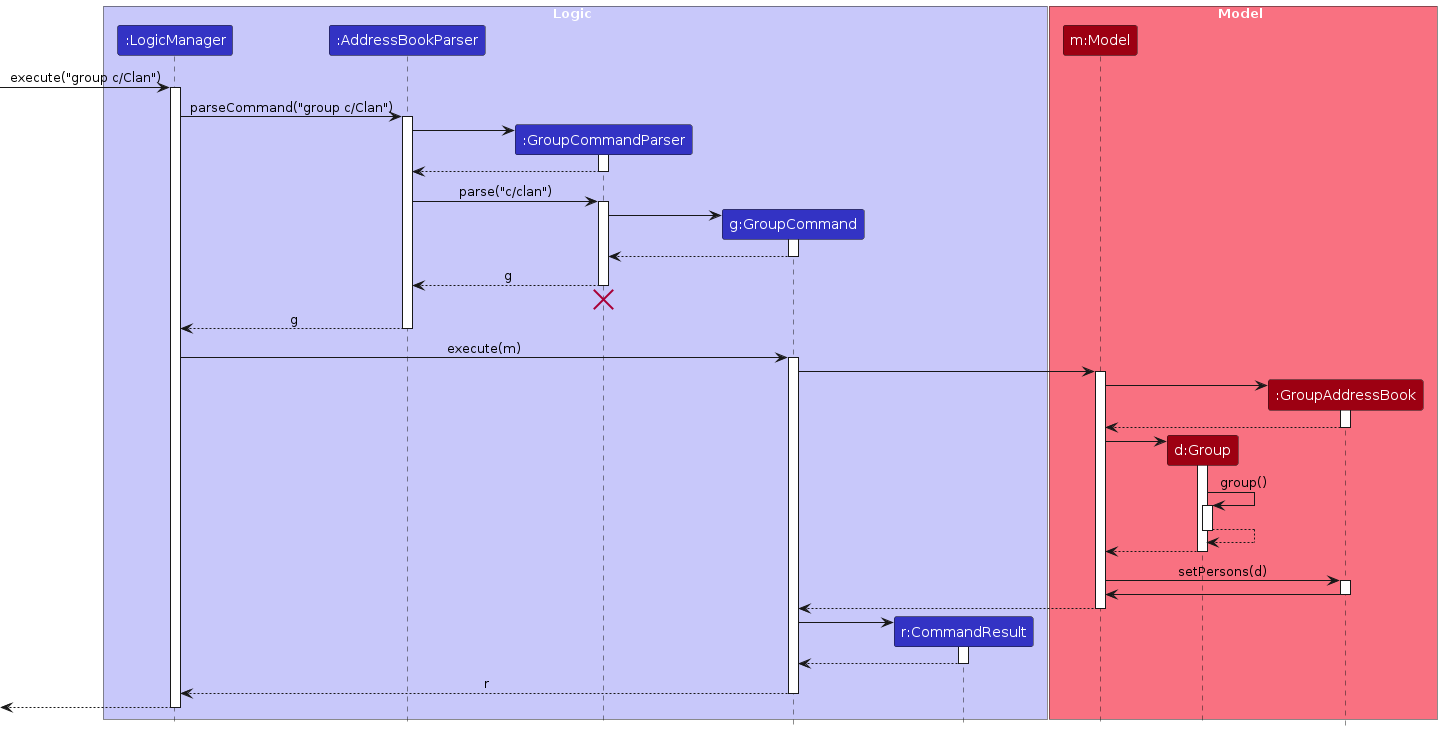
Before: diagrams/GroupSequenceDiagram.png, a diagram exported from PlantUML (HongRay/tp). Its source is kept beside it as diagrams/GroupSequenceDiagram.puml.
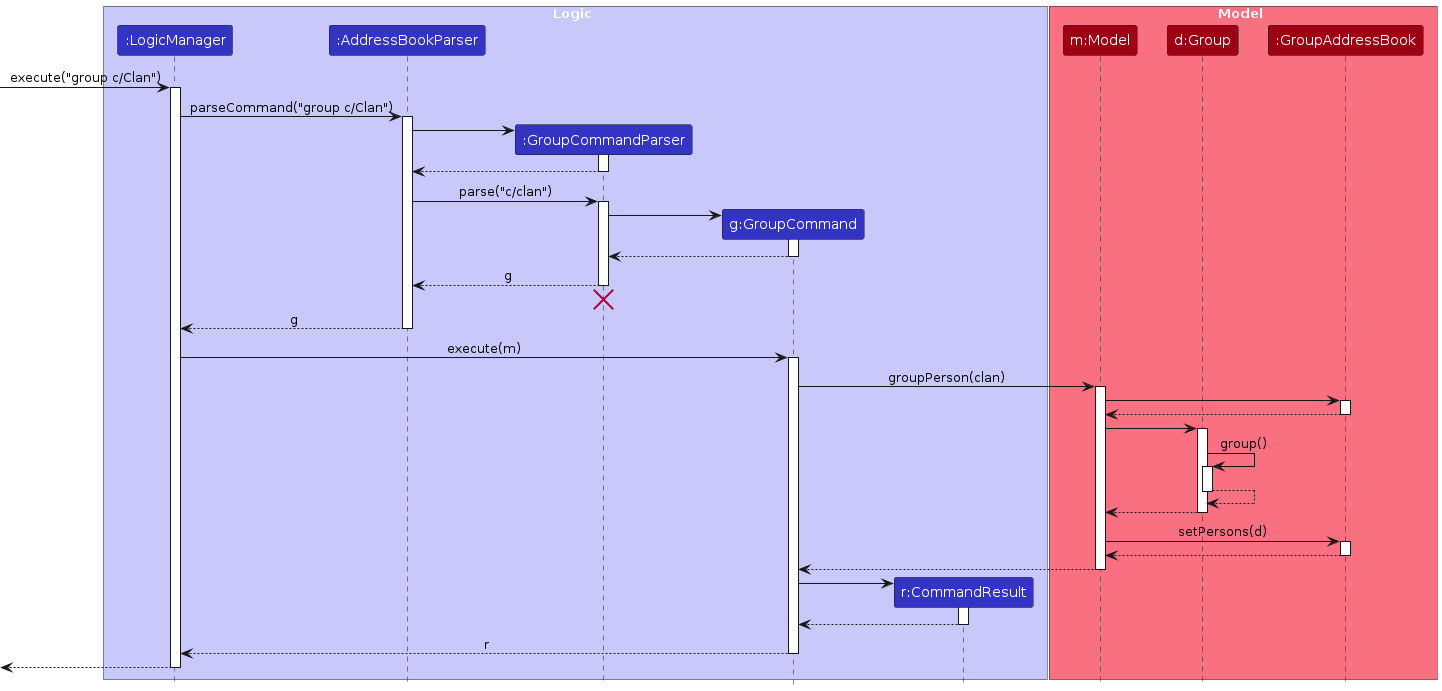
Above is the later version.

Diff of the diagram source:
```diff
@@ -51,15 +51,13 @@
 LogicManager -> GroupCommand : execute(m)
 activate GroupCommand
 
-GroupCommand -> Model
+GroupCommand -> Model : groupPerson(clan)
 activate Model
-create AddressBook
 Model -> AddressBook
 activate AddressBook
 AddressBook --> Model
 deactivate
 
-create Group
 Model -> Group
 activate Group
 Group -> Group :group()
@@ -70,7 +68,7 @@
 deactivate
 Model -> AddressBook : setPersons(d)
 activate AddressBook
-AddressBook -> Model
+AddressBook --> Model
 deactivate
 Model --> GroupCommand
 deactivate
```
